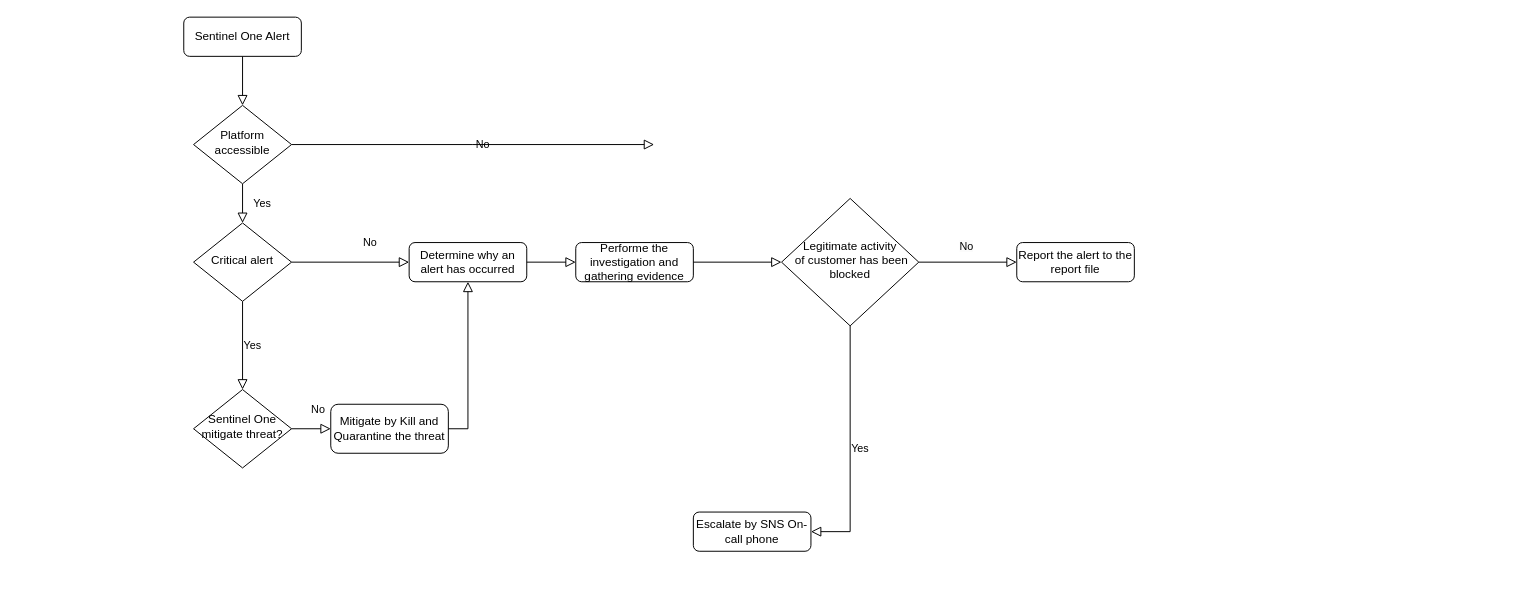
Earlier version of the draw.io diagram workflows1.drawio (nhanculesjr11/CSLTMM). Source tidied: cells renumbered, new cells numbered last; positions are measured from the earlier drawing's top-left corner, leaving out a move shared by most shapes. Both pictures are drawn from the tidied source at 98%, with x=0, y=0 at pixel (183, 17).
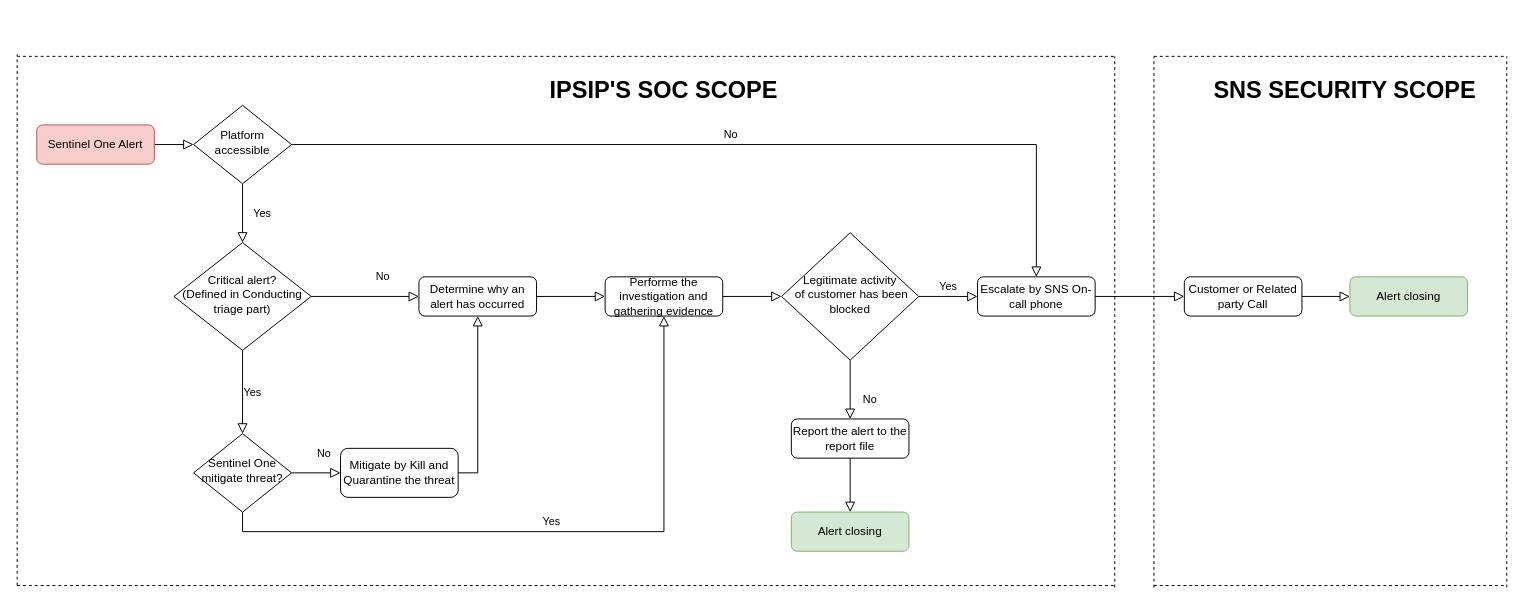
The same diagram, later.

Unchanged cells that the change refers to:
```xml
<mxCell id="6" value="Platform accessible" style="rhombus;whiteSpace=wrap;html=1;shadow=0;fontFamily=Helvetica;fontSize=12;align=center;strokeWidth=1;spacing=6;spacingTop=-4;" parent="1" vertex="1">
  <mxGeometry x="10" y="90" width="100" height="80" as="geometry" />
</mxCell>
```

Change to the diagram source:
```diff
@@
-    <mxCell id="3" value="Sentinel One Alert" style="rounded=1;whiteSpace=wrap;html=1;fontSize=12;glass=0;strokeWidth=1;shadow=0;" parent="1" vertex="1">
-      <mxGeometry width="120" height="40" as="geometry" />
+    <mxCell id="3" value="Sentinel One Alert" style="rounded=1;whiteSpace=wrap;html=1;fontSize=12;glass=0;strokeWidth=1;shadow=0;fillColor=#f8cecc;strokeColor=#b85450;" parent="1" vertex="1">
+      <mxGeometry x="-150" y="110" width="120" height="40" as="geometry" />
     </mxCell>
@@
-    <mxCell id="5" value="No" style="edgeStyle=orthogonalEdgeStyle;rounded=0;html=1;jettySize=auto;fontSize=11;endArrow=block;endFill=0;endSize=8;strokeWidth=1;shadow=0;labelBackgroundColor=none;" parent="1" edge="1" source="6">
-      <mxGeometry y="10" relative="1" as="geometry">
-        <mxPoint x="480" y="130" as="targetPoint" />
-      </mxGeometry>
+    <mxCell id="5" value="No" style="edgeStyle=orthogonalEdgeStyle;rounded=0;html=1;jettySize=auto;fontSize=11;endArrow=block;endFill=0;endSize=8;strokeWidth=1;shadow=0;labelBackgroundColor=none;" parent="1" edge="1" source="6" target="23">
+      <mxGeometry y="10" relative="1" as="geometry" />
     </mxCell>
@@
-    <mxCell id="9" value="Critical alert" style="rhombus;whiteSpace=wrap;html=1;shadow=0;fontFamily=Helvetica;fontSize=12;align=center;strokeWidth=1;spacing=6;spacingTop=-4;" parent="1" vertex="1">
-      <mxGeometry x="10" y="210" width="100" height="80" as="geometry" />
+    <mxCell id="9" value="Critical alert?&lt;br&gt;(Defined in&amp;nbsp;Conducting triage part)" style="rhombus;whiteSpace=wrap;html=1;shadow=0;fontFamily=Helvetica;fontSize=12;align=center;strokeWidth=1;spacing=6;spacingTop=-4;" parent="1" vertex="1">
+      <mxGeometry x="-10" y="230" width="140" height="110" as="geometry" />
     </mxCell>
     <mxCell id="10" value="Mitigate by Kill and Quarantine the threat" style="rounded=1;whiteSpace=wrap;html=1;fontSize=12;glass=0;strokeWidth=1;shadow=0;" parent="1" vertex="1">
-      <mxGeometry x="150" y="395" width="120" height="50" as="geometry" />
+      <mxGeometry x="160" y="440" width="120" height="50" as="geometry" />
     </mxCell>
     <mxCell id="11" value="Determine why an alert has occurred" style="rounded=1;whiteSpace=wrap;html=1;fontSize=12;glass=0;strokeWidth=1;shadow=0;" parent="1" vertex="1">
-      <mxGeometry x="230" y="230" width="120" height="40" as="geometry" />
+      <mxGeometry x="240" y="265" width="120" height="40" as="geometry" />
     </mxCell>
     <mxCell id="12" value="Performe the investigation and gathering evidence" style="rounded=1;whiteSpace=wrap;html=1;fontSize=12;glass=0;strokeWidth=1;shadow=0;" parent="1" vertex="1">
-      <mxGeometry x="400" y="230" width="120" height="40" as="geometry" />
+      <mxGeometry x="430" y="265" width="120" height="40" as="geometry" />
     </mxCell>
@@
     <mxCell id="14" value="Legitimate activity&lt;br&gt;&amp;nbsp;of customer has been blocked" style="rhombus;whiteSpace=wrap;html=1;shadow=0;fontFamily=Helvetica;fontSize=12;align=center;strokeWidth=1;spacing=6;spacingTop=-4;" parent="1" vertex="1">
-      <mxGeometry x="610" y="185" width="140" height="130" as="geometry" />
+      <mxGeometry x="610" y="220" width="140" height="130" as="geometry" />
     </mxCell>
@@
     <mxCell id="16" value="Report the alert to the report file" style="rounded=1;whiteSpace=wrap;html=1;fontSize=12;glass=0;strokeWidth=1;shadow=0;" parent="1" vertex="1">
-      <mxGeometry x="850" y="230" width="120" height="40" as="geometry" />
+      <mxGeometry x="620" y="410" width="120" height="40" as="geometry" />
     </mxCell>
-    <mxCell id="17" style="rounded=0;html=1;jettySize=auto;fontSize=11;endArrow=block;endFill=0;endSize=8;strokeWidth=1;shadow=0;labelBackgroundColor=none;edgeStyle=orthogonalEdgeStyle;entryX=0;entryY=0.5;entryDx=0;entryDy=0;exitX=1;exitY=0.5;exitDx=0;exitDy=0;" parent="1" edge="1" source="14" target="16">
-      <mxGeometry x="0.33" y="20" relative="1" as="geometry" />
-    </mxCell>
-    <mxCell id="18" value="&lt;span style=&quot;color: rgb(0, 0, 0); font-family: Helvetica; font-size: 11px; font-style: normal; font-variant-ligatures: normal; font-variant-caps: normal; font-weight: 400; letter-spacing: normal; orphans: 2; text-align: center; text-indent: 0px; text-transform: none; widows: 2; word-spacing: 0px; -webkit-text-stroke-width: 0px; background-color: rgb(251, 251, 251); text-decoration-thickness: initial; text-decoration-style: initial; text-decoration-color: initial; float: none; display: inline !important;&quot;&gt;No&lt;/span&gt;" style="text;whiteSpace=wrap;html=1;" parent="1" vertex="1">
-      <mxGeometry x="790" y="220" width="50" height="40" as="geometry" />
-    </mxCell>
     <mxCell id="19" value="Sentinel One mitigate threat?" style="rhombus;whiteSpace=wrap;html=1;shadow=0;fontFamily=Helvetica;fontSize=12;align=center;strokeWidth=1;spacing=6;spacingTop=-4;" parent="1" vertex="1">
-      <mxGeometry x="10" y="380" width="100" height="80" as="geometry" />
+      <mxGeometry x="10" y="425" width="100" height="80" as="geometry" />
     </mxCell>
@@
+    <mxCell id="23" value="Escalate by SNS On-call phone" style="rounded=1;whiteSpace=wrap;html=1;fontSize=12;glass=0;strokeWidth=1;shadow=0;" parent="1" vertex="1">
+      <mxGeometry x="810" y="265" width="120" height="40" as="geometry" />
+    </mxCell>
-    <mxCell id="22" value="Yes" style="edgeStyle=orthogonalEdgeStyle;rounded=0;html=1;jettySize=auto;fontSize=11;endArrow=block;endFill=0;endSize=8;strokeWidth=1;shadow=0;labelBackgroundColor=none;exitX=0.5;exitY=1;exitDx=0;exitDy=0;entryX=1;entryY=0.5;entryDx=0;entryDy=0;" parent="1" edge="1" source="14" target="23">
+    <mxCell id="22" value="Yes" style="edgeStyle=orthogonalEdgeStyle;rounded=0;html=1;jettySize=auto;fontSize=11;endArrow=block;endFill=0;endSize=8;strokeWidth=1;shadow=0;labelBackgroundColor=none;entryX=0;entryY=0.5;entryDx=0;entryDy=0;exitX=1;exitY=0.5;exitDx=0;exitDy=0;" parent="1" edge="1" source="14" target="23">
       <mxGeometry y="10" relative="1" as="geometry" />
     </mxCell>
-    <mxCell id="23" value="Escalate by SNS On-call phone" style="rounded=1;whiteSpace=wrap;html=1;fontSize=12;glass=0;strokeWidth=1;shadow=0;" parent="1" vertex="1">
-      <mxGeometry x="520" y="505" width="120" height="40" as="geometry" />
-    </mxCell>
+    <mxCell id="18" value="No" style="rounded=0;html=1;jettySize=auto;fontSize=11;endArrow=block;endFill=0;endSize=8;strokeWidth=1;shadow=0;labelBackgroundColor=none;edgeStyle=orthogonalEdgeStyle;entryX=0.5;entryY=0;entryDx=0;entryDy=0;exitX=0.5;exitY=1;exitDx=0;exitDy=0;" parent="1" edge="1" source="14" target="16">
+      <mxGeometry x="0.33" y="20" relative="1" as="geometry" />
+    </mxCell>
+    <mxCell id="24" value="Customer or Related party Call" style="rounded=1;whiteSpace=wrap;html=1;fontSize=12;glass=0;strokeWidth=1;shadow=0;" parent="1" vertex="1">
+      <mxGeometry x="1021" y="265" width="120" height="40" as="geometry" />
+    </mxCell>
+    <mxCell id="25" value="Alert closing" style="rounded=1;whiteSpace=wrap;html=1;fontSize=12;glass=0;strokeWidth=1;shadow=0;fillColor=#d5e8d4;strokeColor=#82b366;" parent="1" vertex="1">
+      <mxGeometry x="1190" y="265" width="120" height="40" as="geometry" />
+    </mxCell>
+    <mxCell id="26" style="rounded=0;html=1;jettySize=auto;fontSize=11;endArrow=block;endFill=0;endSize=8;strokeWidth=1;shadow=0;labelBackgroundColor=none;edgeStyle=orthogonalEdgeStyle;entryX=0;entryY=0.5;entryDx=0;entryDy=0;exitX=1;exitY=0.5;exitDx=0;exitDy=0;" parent="1" edge="1" source="23" target="24">
+      <mxGeometry x="0.33" y="20" relative="1" as="geometry" />
+    </mxCell>
+    <mxCell id="27" style="rounded=0;html=1;jettySize=auto;fontSize=11;endArrow=block;endFill=0;endSize=8;strokeWidth=1;shadow=0;labelBackgroundColor=none;edgeStyle=orthogonalEdgeStyle;entryX=0;entryY=0.5;entryDx=0;entryDy=0;exitX=1;exitY=0.5;exitDx=0;exitDy=0;" parent="1" edge="1" source="24" target="25">
+      <mxGeometry x="0.33" y="20" relative="1" as="geometry" />
+    </mxCell>
+    <mxCell id="28" value="Yes" style="edgeStyle=orthogonalEdgeStyle;rounded=0;html=1;jettySize=auto;fontSize=11;endArrow=block;endFill=0;endSize=8;strokeWidth=1;shadow=0;labelBackgroundColor=none;exitX=0.5;exitY=1;exitDx=0;exitDy=0;entryX=0.5;entryY=1;entryDx=0;entryDy=0;" parent="1" edge="1" source="19" target="12">
+      <mxGeometry y="10" relative="1" as="geometry" />
+    </mxCell>
+    <mxCell id="29" value="Alert closing" style="rounded=1;whiteSpace=wrap;html=1;fontSize=12;glass=0;strokeWidth=1;shadow=0;fillColor=#d5e8d4;strokeColor=#82b366;" parent="1" vertex="1">
+      <mxGeometry x="620" y="505" width="120" height="40" as="geometry" />
+    </mxCell>
+    <mxCell id="30" style="rounded=0;html=1;jettySize=auto;fontSize=11;endArrow=block;endFill=0;endSize=8;strokeWidth=1;shadow=0;labelBackgroundColor=none;edgeStyle=orthogonalEdgeStyle;entryX=0.5;entryY=0;entryDx=0;entryDy=0;exitX=0.5;exitY=1;exitDx=0;exitDy=0;" parent="1" edge="1" source="16" target="29">
+      <mxGeometry x="0.33" y="20" relative="1" as="geometry" />
+    </mxCell>
+    <mxCell id="31" style="endArrow=none;dashed=1;html=1;rounded=0;" parent="1" edge="1">
+      <mxGeometry relative="1" as="geometry">
+        <mxPoint x="-170" y="580" as="sourcePoint" />
+        <mxPoint x="-170" y="38" as="targetPoint" />
+      </mxGeometry>
+    </mxCell>
+    <mxCell id="32" style="endArrow=none;dashed=1;html=1;rounded=0;" parent="1" edge="1">
+      <mxGeometry relative="1" as="geometry">
+        <mxPoint x="-170" y="580" as="sourcePoint" />
+        <mxPoint x="950" y="580" as="targetPoint" />
+      </mxGeometry>
+    </mxCell>
+    <mxCell id="33" style="endArrow=none;dashed=1;html=1;rounded=0;" parent="1" edge="1">
+      <mxGeometry relative="1" as="geometry">
+        <mxPoint x="950" y="582" as="sourcePoint" />
+        <mxPoint x="950" y="40" as="targetPoint" />
+      </mxGeometry>
+    </mxCell>
+    <mxCell id="34" style="endArrow=none;dashed=1;html=1;rounded=0;" parent="1" edge="1">
+      <mxGeometry relative="1" as="geometry">
+        <mxPoint x="-170" y="40" as="sourcePoint" />
+        <mxPoint x="950" y="40" as="targetPoint" />
+      </mxGeometry>
+    </mxCell>
+    <mxCell id="35" style="endArrow=none;dashed=1;html=1;rounded=0;" parent="1" edge="1">
+      <mxGeometry relative="1" as="geometry">
+        <mxPoint x="990" y="582" as="sourcePoint" />
+        <mxPoint x="990" y="40" as="targetPoint" />
+      </mxGeometry>
+    </mxCell>
+    <mxCell id="36" style="endArrow=none;dashed=1;html=1;rounded=0;" parent="1" edge="1">
+      <mxGeometry relative="1" as="geometry">
+        <mxPoint x="1350" y="582" as="sourcePoint" />
+        <mxPoint x="1350" y="40" as="targetPoint" />
+      </mxGeometry>
+    </mxCell>
+    <mxCell id="37" style="endArrow=none;dashed=1;html=1;rounded=0;" parent="1" edge="1">
+      <mxGeometry relative="1" as="geometry">
+        <mxPoint x="990" y="40" as="sourcePoint" />
+        <mxPoint x="1350" y="40" as="targetPoint" />
+      </mxGeometry>
+    </mxCell>
+    <mxCell id="38" style="endArrow=none;dashed=1;html=1;rounded=0;" parent="1" edge="1">
+      <mxGeometry relative="1" as="geometry">
+        <mxPoint x="990" y="580" as="sourcePoint" />
+        <mxPoint x="1350" y="580" as="targetPoint" />
+      </mxGeometry>
+    </mxCell>
+    <mxCell id="39" value="&lt;h1&gt;&lt;b&gt;IPSIP'S SOC SCOPE&lt;/b&gt;&lt;/h1&gt;" style="text;html=1;strokeColor=none;fillColor=none;align=center;verticalAlign=middle;whiteSpace=wrap;rounded=0;" parent="1" vertex="1">
+      <mxGeometry x="360" y="60" width="260" height="30" as="geometry" />
+    </mxCell>
+    <mxCell id="40" value="&lt;h1&gt;&lt;b&gt;SNS SECURITY SCOPE&lt;/b&gt;&lt;/h1&gt;" style="text;html=1;strokeColor=none;fillColor=none;align=center;verticalAlign=middle;whiteSpace=wrap;rounded=0;" parent="1" vertex="1">
+      <mxGeometry x="1040" y="60" width="290" height="30" as="geometry" />
+    </mxCell>
```
